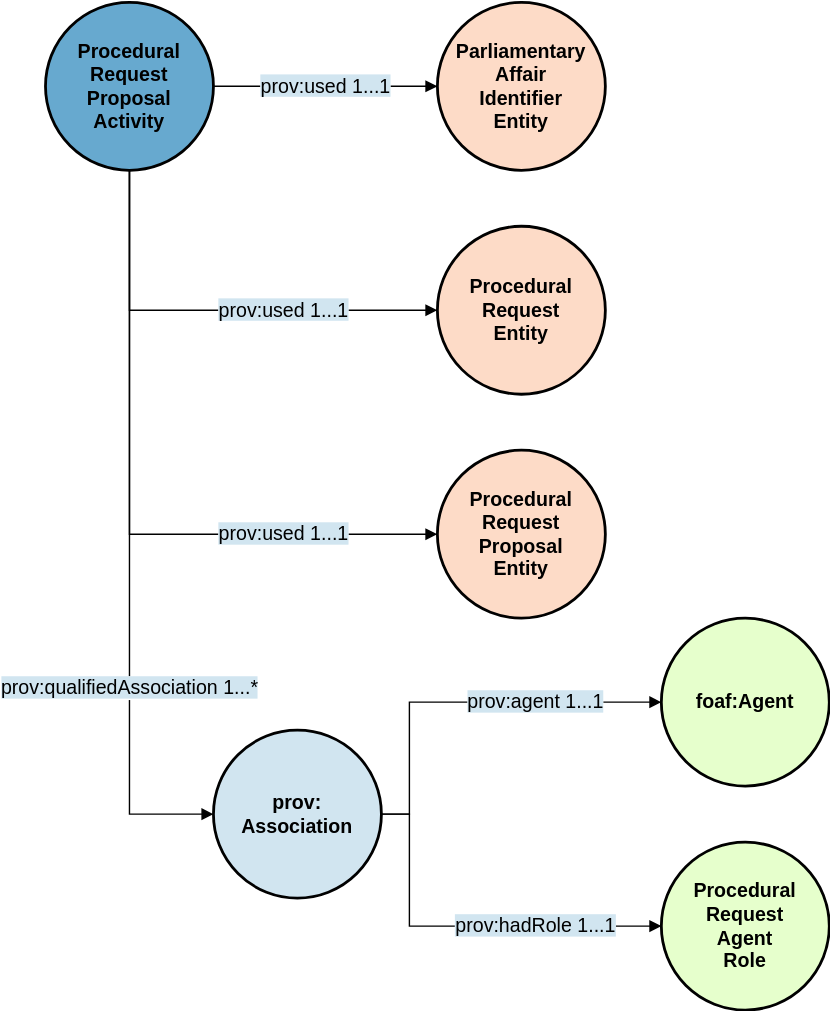
Earlier version of the draw.io export figures/procedural_request_proposal.svg (swiss/ch-paf-link). Source tidied: cells renumbered, new cells last; positions are measured from the earlier drawing's top-left corner, leaving out a move shared by most shapes.
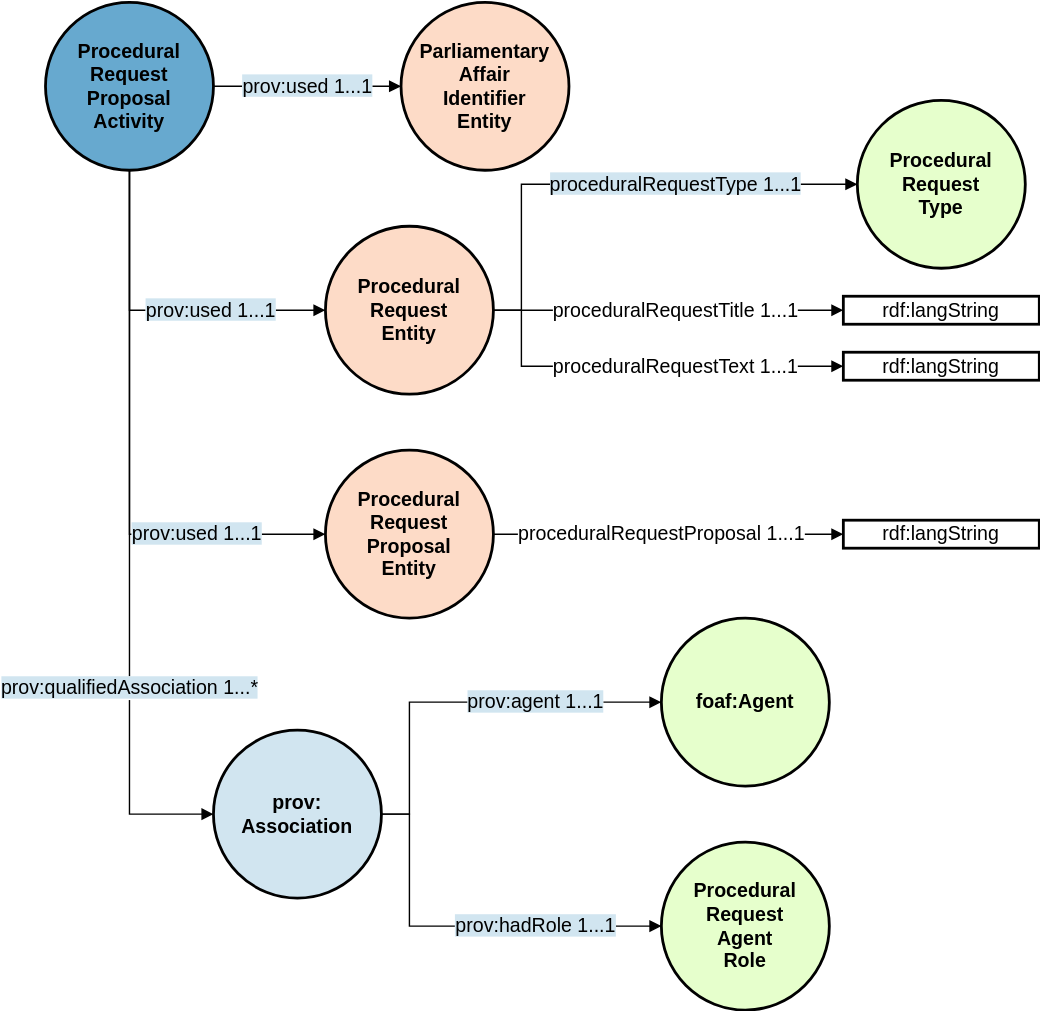
The same file after the commit.

What changed in the source:
```diff
@@ -6,16 +6,16 @@
       <mxGeometry width="120" height="120" as="geometry" />
     </mxCell>
     <mxCell id="3" value="&lt;b&gt;Parliamentary&lt;/b&gt;&lt;div&gt;&lt;b&gt;Affair&lt;/b&gt;&lt;/div&gt;&lt;div&gt;&lt;b&gt;Identifier&lt;/b&gt;&lt;/div&gt;&lt;div&gt;&lt;b&gt;Entity&lt;/b&gt;&lt;/div&gt;" style="ellipse;whiteSpace=wrap;html=1;rounded=0;shadow=0;glass=0;comic=0;strokeColor=#000000;strokeWidth=2;fillColor=#fddbc7;gradientColor=none;fontSize=14;fontColor=#000000;align=center;" parent="1" vertex="1">
-      <mxGeometry x="280" width="120" height="120" as="geometry" />
+      <mxGeometry x="254" width="120" height="120" as="geometry" />
     </mxCell>
     <mxCell id="4" value="&lt;span style=&quot;background-color: rgb(209, 229, 240);&quot;&gt;&lt;font&gt;prov:used 1...1&lt;/font&gt;&lt;/span&gt;" style="endArrow=block;html=1;strokeColor=#000000;fontSize=14;fontColor=#000000;endFill=1;exitX=1;exitY=0.5;exitDx=0;exitDy=0;entryX=0;entryY=0.5;entryDx=0;entryDy=0;edgeStyle=orthogonalEdgeStyle;rounded=0;curved=0;" parent="1" edge="1" source="2" target="3">
       <mxGeometry relative="1" as="geometry" />
     </mxCell>
     <mxCell id="5" value="&lt;b&gt;Procedural&lt;/b&gt;&lt;div&gt;&lt;b&gt;Request&lt;/b&gt;&lt;/div&gt;&lt;div&gt;&lt;b&gt;Entity&lt;/b&gt;&lt;/div&gt;" style="ellipse;whiteSpace=wrap;html=1;rounded=0;shadow=0;glass=0;comic=0;strokeColor=#000000;strokeWidth=2;fillColor=#fddbc7;gradientColor=none;fontSize=14;fontColor=#000000;align=center;" parent="1" vertex="1">
-      <mxGeometry x="280" y="160" width="120" height="120" as="geometry" />
+      <mxGeometry x="200" y="160" width="120" height="120" as="geometry" />
     </mxCell>
     <mxCell id="6" value="&lt;b&gt;Procedural&lt;/b&gt;&lt;div&gt;&lt;b&gt;Request&lt;/b&gt;&lt;/div&gt;&lt;div&gt;&lt;b&gt;Proposal&lt;/b&gt;&lt;/div&gt;&lt;div&gt;&lt;b&gt;Entity&lt;/b&gt;&lt;/div&gt;" style="ellipse;whiteSpace=wrap;html=1;rounded=0;shadow=0;glass=0;comic=0;strokeColor=#000000;strokeWidth=2;fillColor=#fddbc7;gradientColor=none;fontSize=14;fontColor=#000000;align=center;" parent="1" vertex="1">
-      <mxGeometry x="280" y="320" width="120" height="120" as="geometry" />
+      <mxGeometry x="200" y="320" width="120" height="120" as="geometry" />
     </mxCell>
     <mxCell id="7" value="&lt;b&gt;prov:&lt;br&gt;Association&lt;/b&gt;" style="ellipse;whiteSpace=wrap;html=1;rounded=0;shadow=0;glass=0;comic=0;strokeColor=#000000;strokeWidth=2;fillColor=#D1E5F0;gradientColor=none;fontSize=14;fontColor=#000000;align=center;" parent="1" vertex="1">
       <mxGeometry x="120" y="520" width="120" height="120" as="geometry" />
@@ -51,5 +51,39 @@
         </Array>
       </mxGeometry>
     </mxCell>
+    <mxCell id="15" value="proceduralRequestTitle 1...1" style="endArrow=block;html=1;strokeColor=#000000;fontSize=14;fontColor=#000000;endFill=1;exitX=1;exitY=0.5;exitDx=0;exitDy=0;entryX=0;entryY=0.5;entryDx=0;entryDy=0;" parent="1" edge="1" source="5" target="16">
+      <mxGeometry x="0.04" relative="1" as="geometry" />
+    </mxCell>
+    <mxCell id="16" value="rdf:langString" style="whiteSpace=wrap;html=1;rounded=0;shadow=0;glass=0;comic=0;strokeColor=#000000;strokeWidth=2;fillColor=#FFFFFF;gradientColor=none;fontSize=14;fontColor=#000000;align=center;" parent="1" vertex="1">
+      <mxGeometry x="570" y="210" width="140" height="20" as="geometry" />
+    </mxCell>
+    <mxCell id="17" value="proceduralRequestText 1...1" style="endArrow=block;html=1;strokeColor=#000000;fontSize=14;fontColor=#000000;endFill=1;entryX=0;entryY=0.5;entryDx=0;entryDy=0;rounded=0;curved=0;" parent="1" edge="1" target="18">
+      <mxGeometry x="0.11" relative="1" as="geometry">
+        <mxPoint x="340" y="220" as="sourcePoint" />
+        <Array as="points">
+          <mxPoint x="340" y="260" />
+        </Array>
+      </mxGeometry>
+    </mxCell>
+    <mxCell id="18" value="rdf:langString" style="whiteSpace=wrap;html=1;rounded=0;shadow=0;glass=0;comic=0;strokeColor=#000000;strokeWidth=2;fillColor=#FFFFFF;gradientColor=none;fontSize=14;fontColor=#000000;align=center;" parent="1" vertex="1">
+      <mxGeometry x="570" y="250" width="140" height="20" as="geometry" />
+    </mxCell>
+    <mxCell id="19" value="&lt;b&gt;Procedural&lt;/b&gt;&lt;div&gt;&lt;b&gt;Request&lt;/b&gt;&lt;/div&gt;&lt;div&gt;&lt;b&gt;Type&lt;/b&gt;&lt;/div&gt;" style="ellipse;whiteSpace=wrap;html=1;rounded=0;shadow=0;glass=0;comic=0;strokeColor=#000000;strokeWidth=2;fillColor=#E6FFCC;gradientColor=none;fontSize=14;fontColor=#000000;align=center;" parent="1" vertex="1">
+      <mxGeometry x="580" y="70" width="120" height="120" as="geometry" />
+    </mxCell>
+    <mxCell id="20" value="&lt;span style=&quot;background-color: rgb(209, 229, 240);&quot;&gt;&lt;font&gt;proceduralRequestType 1...1&lt;/font&gt;&lt;/span&gt;" style="endArrow=block;html=1;strokeColor=#000000;fontSize=14;fontColor=#000000;endFill=1;exitX=1;exitY=0.5;exitDx=0;exitDy=0;entryX=0;entryY=0.5;entryDx=0;entryDy=0;edgeStyle=orthogonalEdgeStyle;rounded=0;curved=0;" parent="1" edge="1" source="5" target="19">
+      <mxGeometry x="0.26" relative="1" as="geometry">
+        <Array as="points">
+          <mxPoint x="340" y="220" />
+          <mxPoint x="340" y="130" />
+        </Array>
+      </mxGeometry>
+    </mxCell>
+    <mxCell id="21" value="proceduralRequestProposal 1...1" style="endArrow=block;html=1;strokeColor=#000000;fontSize=14;fontColor=#000000;endFill=1;entryX=0;entryY=0.5;entryDx=0;entryDy=0;exitX=1;exitY=0.5;exitDx=0;exitDy=0;" parent="1" edge="1" source="6" target="22">
+      <mxGeometry x="-0.04" relative="1" as="geometry" />
+    </mxCell>
+    <mxCell id="22" value="rdf:langString" style="whiteSpace=wrap;html=1;rounded=0;shadow=0;glass=0;comic=0;strokeColor=#000000;strokeWidth=2;fillColor=#FFFFFF;gradientColor=none;fontSize=14;fontColor=#000000;align=center;" parent="1" vertex="1">
+      <mxGeometry x="570" y="370" width="140" height="20" as="geometry" />
+    </mxCell>
   </root>
 </mxGraphModel>
```
